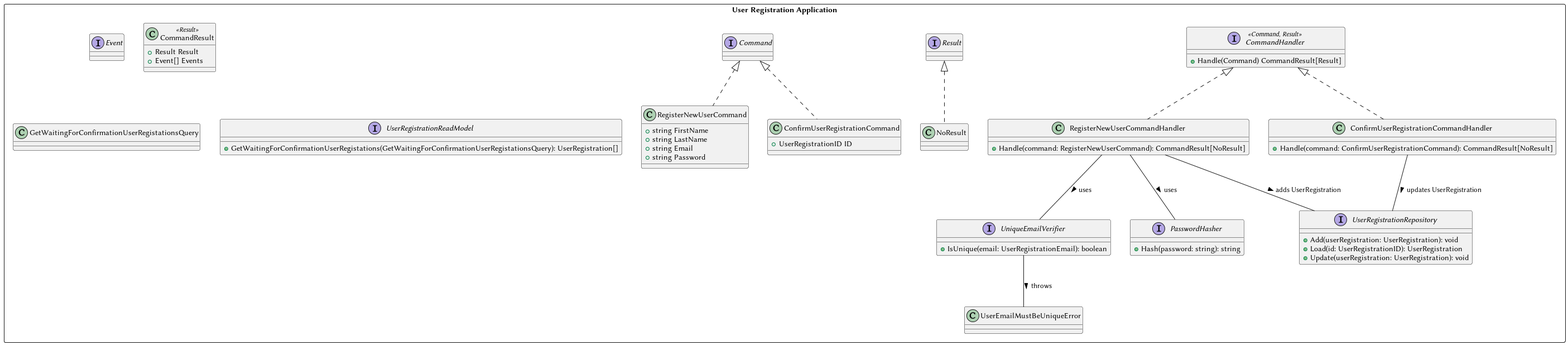
Before: docs/C4/C4-Code/user-registration/C4-UserRegistration-Application.png, a diagram exported from PlantUML (nalkhovikleverx/GoEdu).
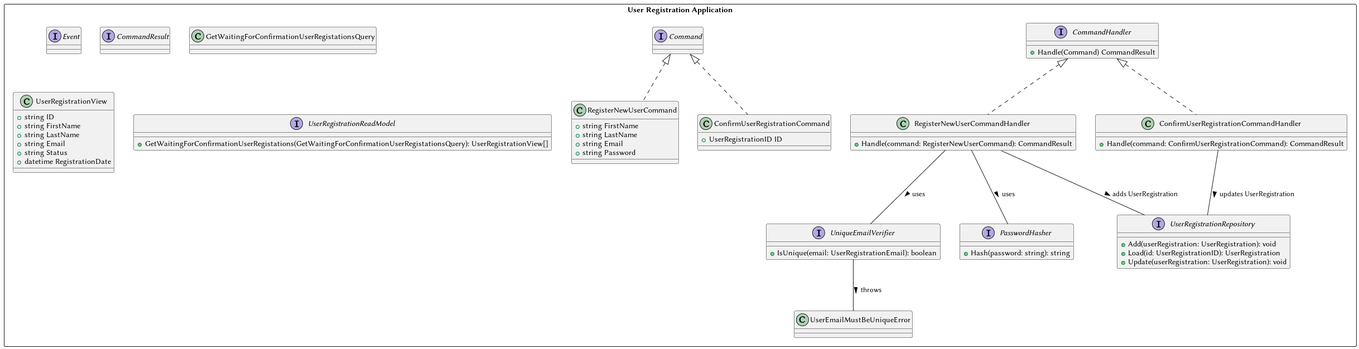
After the change.

Commit message:
Decided to not return events alongside with CommandResult.

Diff of the diagram source:
```diff
@@ -4,17 +4,10 @@
 
     interface Event {}
     interface Command {}
-    interface Result {}
+    interface CommandResult {}
 
-    class NoResult implements Result {}
-
-    class CommandResult << Result >> {
-        + Result Result
-        + Event[] Events
-    }
-
-    interface CommandHandler << Command, Result >> {
-        + Handle(Command) CommandResult[Result]
+    interface CommandHandler {
+        + Handle(Command) CommandResult
     }
 
     interface UserRegistrationRepository {
@@ -41,7 +34,7 @@
     }
 
     class RegisterNewUserCommandHandler implements CommandHandler {
-        + Handle(command: RegisterNewUserCommand): CommandResult[NoResult]
+        + Handle(command: RegisterNewUserCommand): CommandResult
     }
 
     class ConfirmUserRegistrationCommand implements Command {
@@ -49,13 +42,22 @@
     }
 
     class ConfirmUserRegistrationCommandHandler implements CommandHandler {
-        + Handle(command: ConfirmUserRegistrationCommand): CommandResult[NoResult]
+        + Handle(command: ConfirmUserRegistrationCommand): CommandResult
     }
 
     class GetWaitingForConfirmationUserRegistationsQuery {}
 
+    class UserRegistrationView {
+        + string ID
+        + string FirstName
+        + string LastName
+        + string Email
+        + string Status
+        + datetime RegistrationDate
+    }
+
     interface UserRegistrationReadModel {
-        + GetWaitingForConfirmationUserRegistations(GetWaitingForConfirmationUserRegistationsQuery): UserRegistration[]
+        + GetWaitingForConfirmationUserRegistations(GetWaitingForConfirmationUserRegistationsQuery): UserRegistrationView[]
     }
 
     RegisterNewUserCommandHandler -- UniqueEmailVerifier: uses >
```
